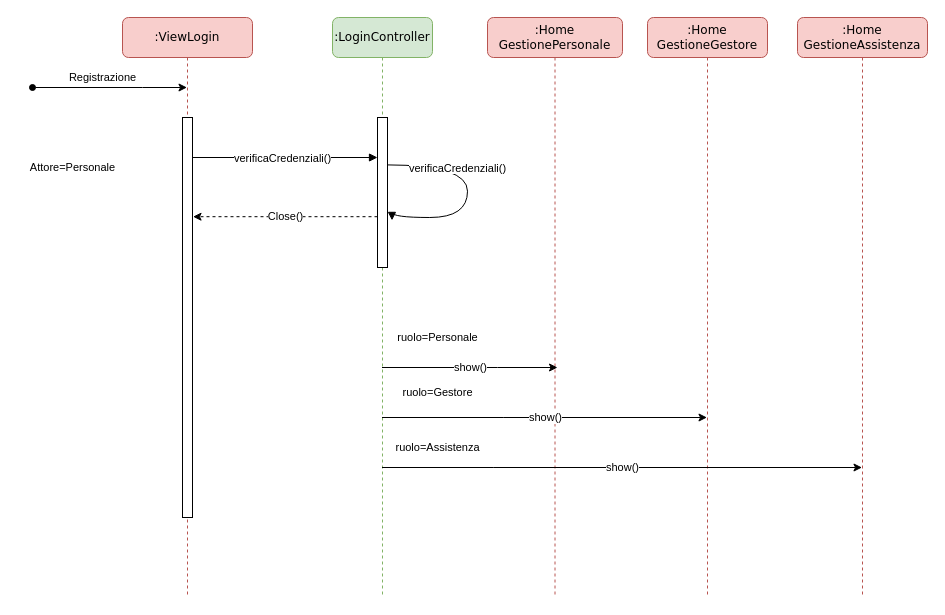
Marco-Burattoni/Progetto-ids keeps this draw.io diagram as page "Login" (2 of 3) of sequenza.drawio. Above is the earlier version. Source tidied: cells renumbered, new cells numbered last; positions are measured from the earlier drawing's top-left corner, leaving out a move shared by most shapes. Both pictures are drawn from the tidied source at 100%, with x=0, y=0 at pixel (17, 17).
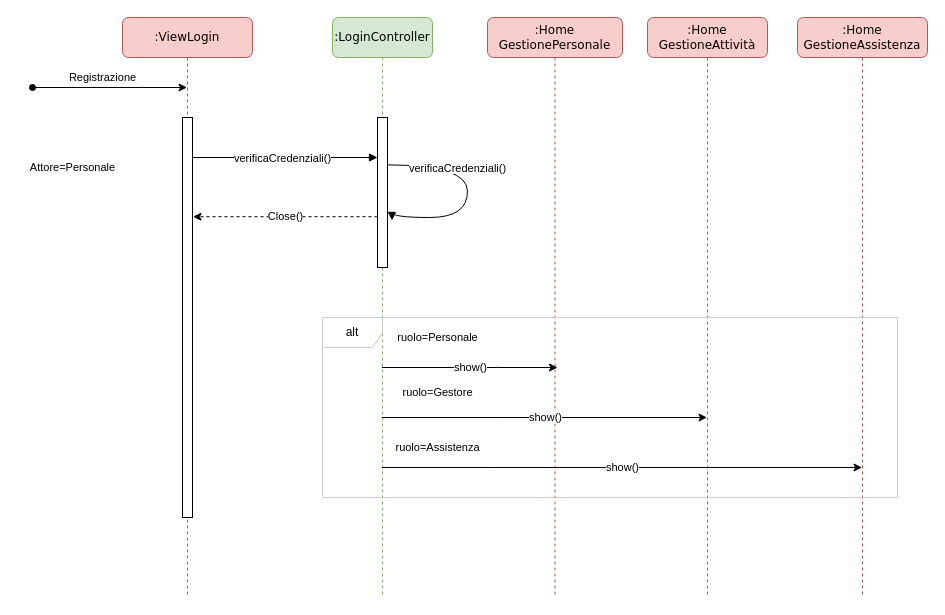
Above is the later version.

The edit, as a diff of the source:
```diff
@@
-    <mxCell id="6" value=":Home&lt;br&gt;GestioneGestore" style="shape=umlLifeline;perimeter=lifelinePerimeter;whiteSpace=wrap;html=1;outlineConnect=0;rounded=1;shadow=0;comic=0;labelBackgroundColor=none;strokeWidth=1;fontFamily=Verdana;fontSize=12;align=center;fillColor=#f8cecc;strokeColor=#b85450;" parent="1" vertex="1">
+    <mxCell id="6" value=":Home&lt;br&gt;GestioneAttività" style="shape=umlLifeline;perimeter=lifelinePerimeter;whiteSpace=wrap;html=1;outlineConnect=0;rounded=1;shadow=0;comic=0;labelBackgroundColor=none;strokeWidth=1;fontFamily=Verdana;fontSize=12;align=center;fillColor=#f8cecc;strokeColor=#b85450;" parent="1" vertex="1">
       <mxGeometry x="630" width="120" height="580" as="geometry" />
     </mxCell>
@@
+    <mxCell id="20" value="alt" style="shape=umlFrame;whiteSpace=wrap;html=1;strokeColor=#CCCCCC;" parent="1" vertex="1">
+      <mxGeometry x="305" y="300" width="575" height="180" as="geometry" />
+    </mxCell>
```
